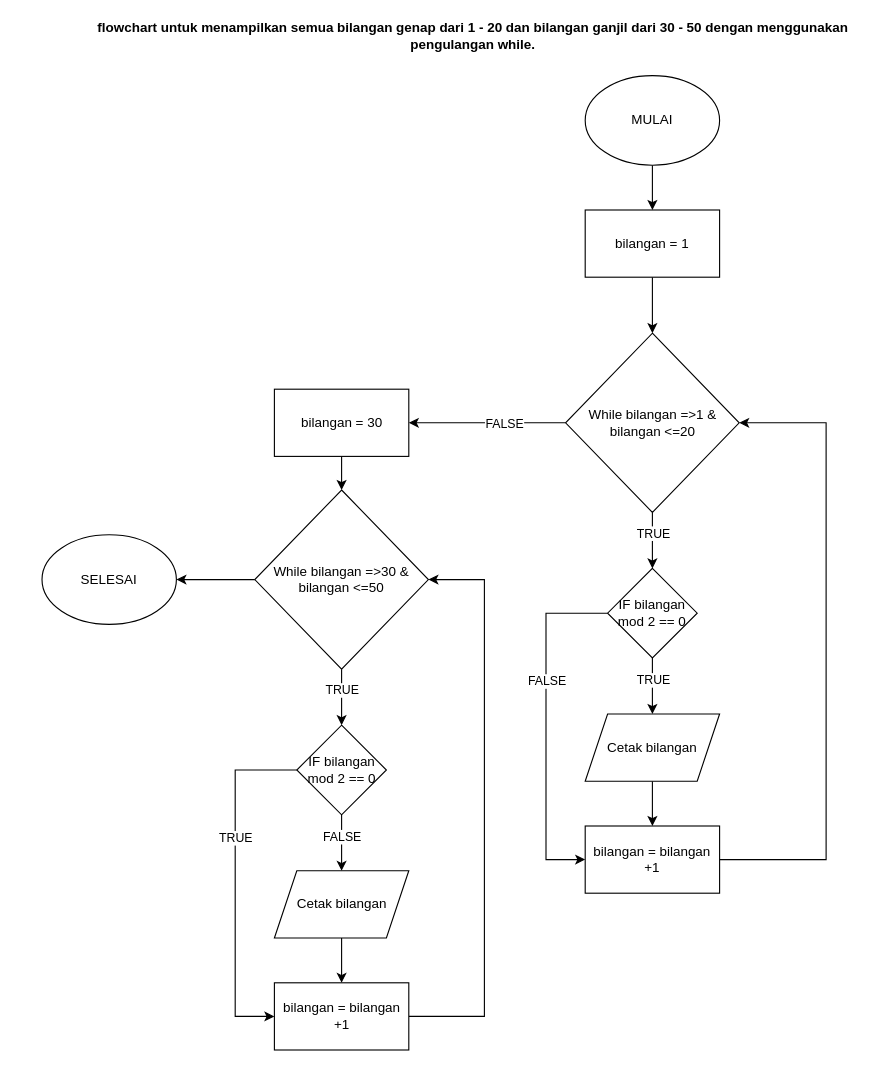
Before: page "TUGAS 1" (2 of 5) of week-1/tugas-algoritma.drawio in mufa2906/fazztrack-bca, a draw.io diagram. Source tidied: cells renumbered, new cells numbered last; positions are measured from the earlier drawing's top-left corner, leaving out a move shared by most shapes. Both pictures are drawn from the tidied source at 112%, with x=0, y=0 at pixel (41, 19).
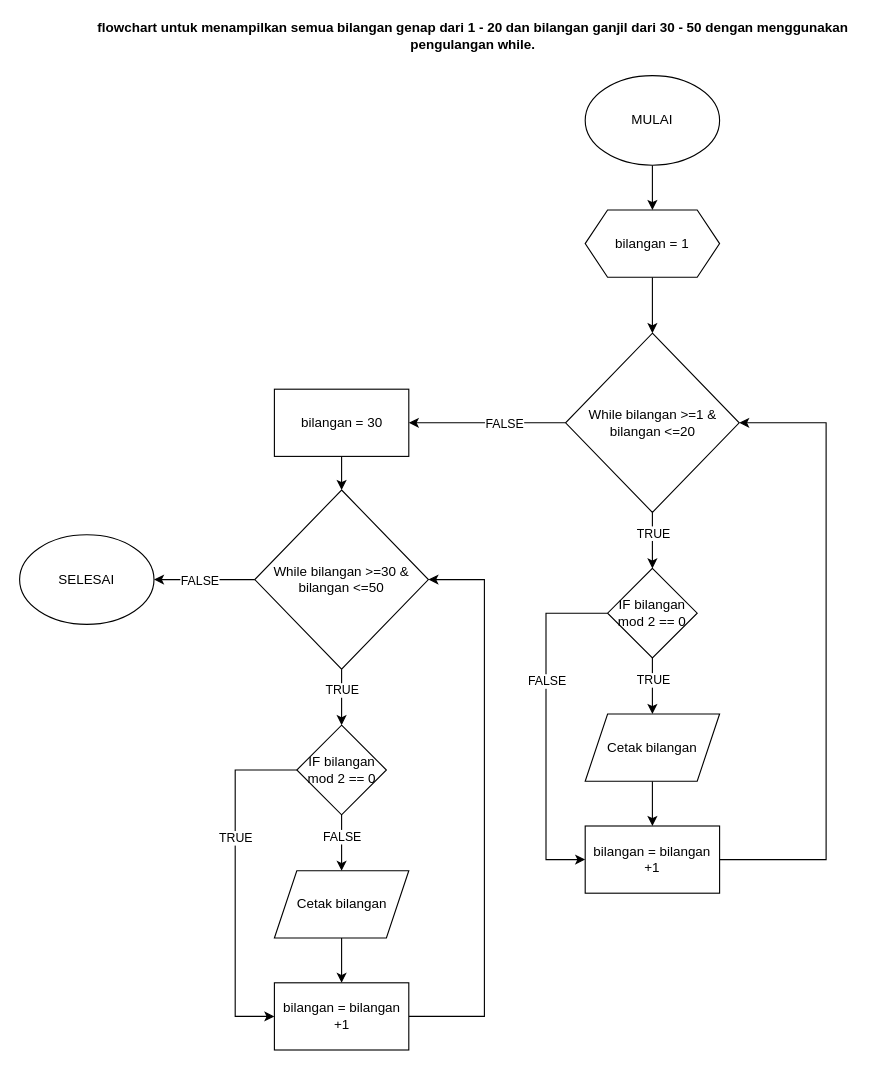
Above is the later version.

Unchanged cells that the change refers to:
```xml
<mxCell id="25" style="edgeStyle=orthogonalEdgeStyle;rounded=0;jettySize=auto;html=1;" parent="1" edge="1" source="26" target="36">
  <mxGeometry relative="1" as="geometry" />
</mxCell>
```

Diff of the diagram source:
```diff
@@
-    <mxCell id="6" value="bilangan = 1" style="rounded=0;whiteSpace=wrap;html=1;" parent="1" vertex="1">
+    <mxCell id="6" value="bilangan = 1" style="shape=hexagon;perimeter=hexagonPerimeter2;whiteSpace=wrap;html=1;fixedSize=1;" parent="1" vertex="1">
       <mxGeometry x="485" y="170" width="120" height="60" as="geometry" />
     </mxCell>
@@
-    <mxCell id="11" value="While bilangan =&amp;gt;1 &amp;amp; bilangan &amp;lt;=20" style="rhombus;whiteSpace=wrap;html=1;" parent="1" vertex="1">
+    <mxCell id="11" value="While bilangan &amp;gt;=1 &amp;amp; bilangan &amp;lt;=20" style="rhombus;whiteSpace=wrap;html=1;" parent="1" vertex="1">
       <mxGeometry x="467.5" y="280" width="155" height="160" as="geometry" />
     </mxCell>
@@
+    <mxCell id="37" value="FALSE" style="edgeLabel;html=1;align=center;verticalAlign=middle;" parent="25" vertex="1">
+      <mxGeometry x="0.12" y="-3" relative="1" as="geometry">
+        <mxPoint y="3" as="offset" />
+      </mxGeometry>
+    </mxCell>
-    <mxCell id="26" value="While bilangan =&amp;gt;30 &amp;amp; bilangan &amp;lt;=50" style="rhombus;whiteSpace=wrap;html=1;" parent="1" vertex="1">
+    <mxCell id="26" value="While bilangan &amp;gt;=30 &amp;amp; bilangan &amp;lt;=50" style="rhombus;whiteSpace=wrap;html=1;" parent="1" vertex="1">
       <mxGeometry x="190" y="420" width="155" height="160" as="geometry" />
     </mxCell>
@@
     <mxCell id="36" value="SELESAI" style="ellipse;whiteSpace=wrap;html=1;" parent="1" vertex="1">
-      <mxGeometry y="460" width="120" height="80" as="geometry" />
+      <mxGeometry x="-20" y="460" width="120" height="80" as="geometry" />
     </mxCell>
```
